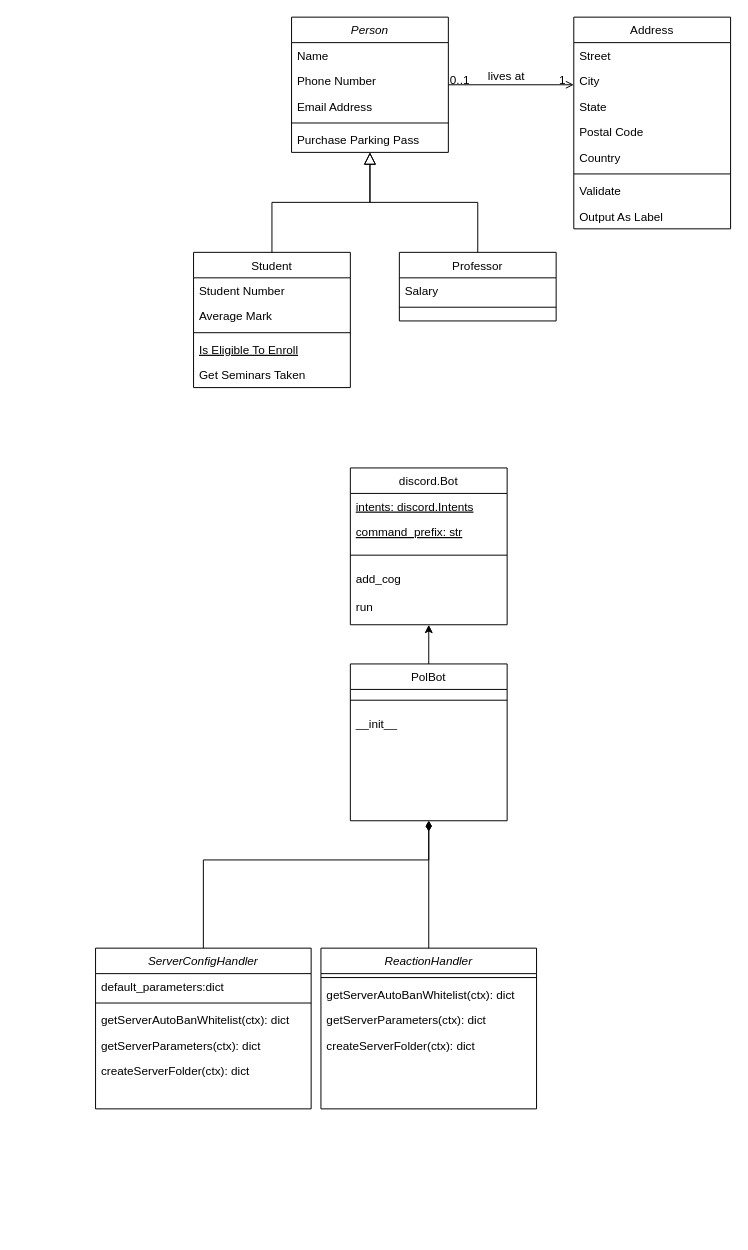
Before: Untitled Diagram.drawio in abdann/polbot, a draw.io diagram. Source tidied: cells renumbered, new cells numbered last; positions are measured from the earlier drawing's top-left corner, leaving out a move shared by most shapes. Both pictures are drawn from the tidied source at 98%, with x=0, y=0 at pixel (95, 17).
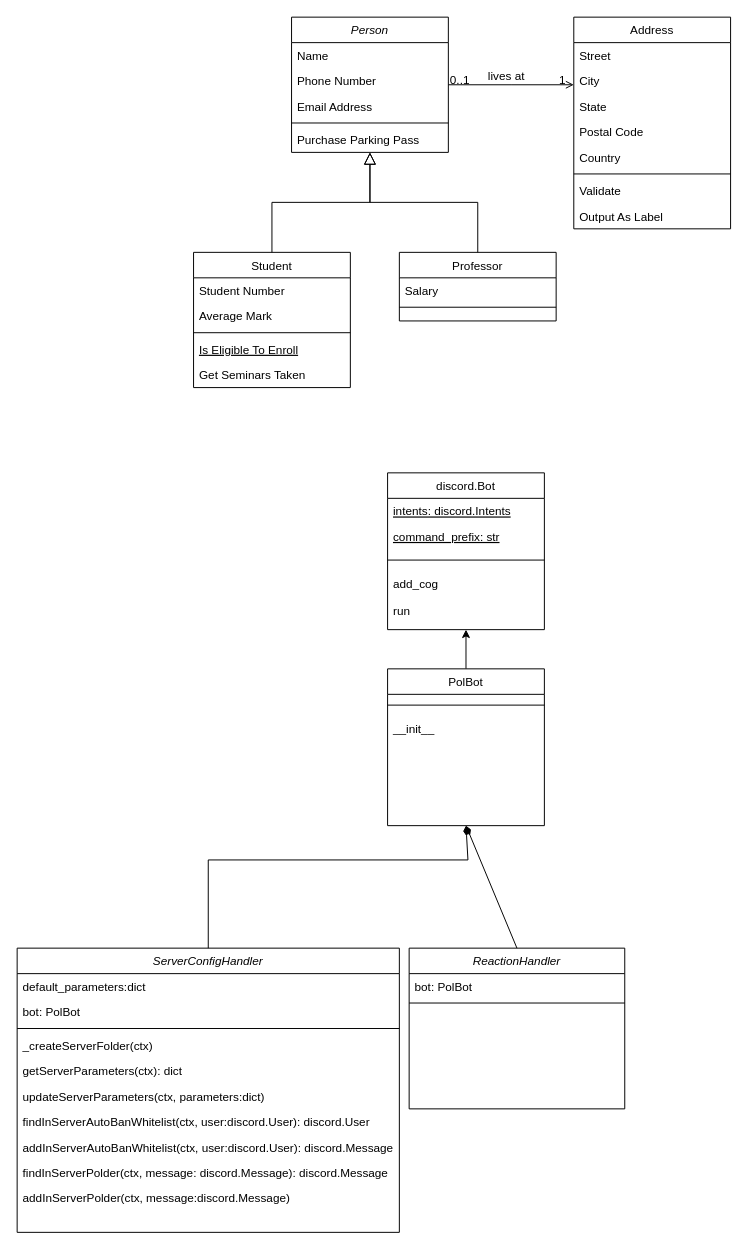
The same diagram, later.

Change to the diagram source:
```diff
@@
     <mxCell id="32" value="ServerConfigHandler" style="swimlane;fontStyle=2;align=center;verticalAlign=top;horizontal=1;startSize=26;rounded=0;shadow=0;strokeWidth=1;" parent="1" vertex="1">
-      <mxGeometry y="950" width="220" height="164" as="geometry" />
+      <mxGeometry x="-80" y="950" width="390" height="290" as="geometry" />
     </mxCell>
     <mxCell id="33" value="default_parameters:dict" style="text;align=left;verticalAlign=top;spacingLeft=4;spacingRight=4;overflow=hidden;rounded=0;shadow=0;html=0;" parent="32" vertex="1">
-      <mxGeometry y="26" width="220" height="26" as="geometry" />
+      <mxGeometry y="26" width="390" height="26" as="geometry" />
     </mxCell>
+    <mxCell id="55" value="bot: PolBot" style="text;align=left;verticalAlign=top;spacingLeft=4;spacingRight=4;overflow=hidden;rounded=0;shadow=0;html=0;" parent="32" vertex="1">
+      <mxGeometry y="52" width="390" height="26" as="geometry" />
+    </mxCell>
     <mxCell id="34" style="line;html=1;strokeWidth=1;align=left;verticalAlign=middle;spacingTop=-1;spacingLeft=3;spacingRight=3;labelPosition=right;" parent="32" vertex="1">
-      <mxGeometry y="52" width="220" height="8" as="geometry" />
+      <mxGeometry y="78" width="390" height="8" as="geometry" />
     </mxCell>
+    <mxCell id="37" value="_createServerFolder(ctx)" style="text;align=left;verticalAlign=top;spacingLeft=4;spacingRight=4;overflow=hidden;" parent="32" vertex="1">
+      <mxGeometry y="86" width="390" height="26" as="geometry" />
+    </mxCell>
+    <mxCell id="36" value="getServerParameters(ctx): dict" style="text;align=left;verticalAlign=top;spacingLeft=4;spacingRight=4;overflow=hidden;" parent="32" vertex="1">
+      <mxGeometry y="112" width="390" height="26" as="geometry" />
+    </mxCell>
+    <mxCell id="56" value="updateServerParameters(ctx, parameters:dict)" style="text;align=left;verticalAlign=top;spacingLeft=4;spacingRight=4;overflow=hidden;" parent="32" vertex="1">
+      <mxGeometry y="138" width="390" height="26" as="geometry" />
+    </mxCell>
-    <mxCell id="35" value="getServerAutoBanWhitelist(ctx): dict" style="text;align=left;verticalAlign=top;spacingLeft=4;spacingRight=4;overflow=hidden;" parent="32" vertex="1">
-      <mxGeometry y="60" width="220" height="26" as="geometry" />
+    <mxCell id="35" value="findInServerAutoBanWhitelist(ctx, user:discord.User): discord.User" style="text;align=left;verticalAlign=top;spacingLeft=4;spacingRight=4;overflow=hidden;" parent="32" vertex="1">
+      <mxGeometry y="164" width="390" height="26" as="geometry" />
     </mxCell>
-    <mxCell id="36" value="getServerParameters(ctx): dict" style="text;align=left;verticalAlign=top;spacingLeft=4;spacingRight=4;overflow=hidden;" parent="32" vertex="1">
-      <mxGeometry y="86" width="220" height="26" as="geometry" />
-    </mxCell>
-    <mxCell id="37" value="createServerFolder(ctx): dict" style="text;align=left;verticalAlign=top;spacingLeft=4;spacingRight=4;overflow=hidden;" parent="32" vertex="1">
-      <mxGeometry y="112" width="220" height="26" as="geometry" />
-    </mxCell>
+    <mxCell id="57" value="addInServerAutoBanWhitelist(ctx, user:discord.User): discord.Message" style="text;align=left;verticalAlign=top;spacingLeft=4;spacingRight=4;overflow=hidden;" parent="32" vertex="1">
+      <mxGeometry y="190" width="390" height="26" as="geometry" />
+    </mxCell>
+    <mxCell id="58" value="findInServerPolder(ctx, message: discord.Message): discord.Message" style="text;align=left;verticalAlign=top;spacingLeft=4;spacingRight=4;overflow=hidden;" parent="32" vertex="1">
+      <mxGeometry y="216" width="390" height="26" as="geometry" />
+    </mxCell>
+    <mxCell id="59" value="addInServerPolder(ctx, message:discord.Message)" style="text;align=left;verticalAlign=top;spacingLeft=4;spacingRight=4;overflow=hidden;" parent="32" vertex="1">
+      <mxGeometry y="242" width="390" height="26" as="geometry" />
+    </mxCell>
     <mxCell id="38" style="endArrow=none;startArrow=diamondThin;endFill=0;startFill=1;html=1;verticalAlign=bottom;labelBackgroundColor=none;strokeWidth=1;startSize=8;endSize=8;rounded=0;entryX=0.5;entryY=0;entryDx=0;entryDy=0;exitX=0.5;exitY=1;exitDx=0;exitDy=0;" parent="1" edge="1" source="46" target="32">
       <mxGeometry relative="1" as="geometry">
         <Array as="points">
-          <mxPoint x="340" y="860" />
-          <mxPoint x="110" y="860" />
+          <mxPoint x="380" y="860" />
+          <mxPoint x="115" y="860" />
         </Array>
       </mxGeometry>
     </mxCell>
     <mxCell id="39" value="discord.Bot" style="swimlane;fontStyle=0;align=center;verticalAlign=top;horizontal=1;startSize=26;rounded=0;shadow=0;strokeWidth=1;" parent="1" vertex="1">
-      <mxGeometry x="260" y="460" width="160" height="160" as="geometry" />
+      <mxGeometry x="298" y="465" width="160" height="160" as="geometry" />
     </mxCell>
@@
     <mxCell id="46" value="PolBot" style="swimlane;fontStyle=0;align=center;verticalAlign=top;horizontal=1;startSize=26;rounded=0;shadow=0;strokeWidth=1;" parent="1" vertex="1">
-      <mxGeometry x="260" y="660" width="160" height="160" as="geometry" />
+      <mxGeometry x="298" y="665" width="160" height="160" as="geometry" />
     </mxCell>
@@
     <mxCell id="49" value="ReactionHandler" style="swimlane;fontStyle=2;align=center;verticalAlign=top;horizontal=1;startSize=26;rounded=0;shadow=0;strokeWidth=1;" parent="1" vertex="1">
-      <mxGeometry x="230" y="950" width="220" height="164" as="geometry" />
+      <mxGeometry x="320" y="950" width="220" height="164" as="geometry" />
     </mxCell>
+    <mxCell id="60" value="bot: PolBot" style="text;align=left;verticalAlign=top;spacingLeft=4;spacingRight=4;overflow=hidden;rounded=0;shadow=0;html=0;" parent="49" vertex="1">
+      <mxGeometry y="26" width="220" height="26" as="geometry" />
+    </mxCell>
     <mxCell id="50" style="line;html=1;strokeWidth=1;align=left;verticalAlign=middle;spacingTop=-1;spacingLeft=3;spacingRight=3;labelPosition=right;" parent="49" vertex="1">
-      <mxGeometry y="26" width="220" height="8" as="geometry" />
+      <mxGeometry y="52" width="220" height="8" as="geometry" />
     </mxCell>
-    <mxCell id="51" value="getServerAutoBanWhitelist(ctx): dict" style="text;align=left;verticalAlign=top;spacingLeft=4;spacingRight=4;overflow=hidden;" parent="49" vertex="1">
-      <mxGeometry y="34" width="220" height="26" as="geometry" />
-    </mxCell>
-    <mxCell id="52" value="getServerParameters(ctx): dict" style="text;align=left;verticalAlign=top;spacingLeft=4;spacingRight=4;overflow=hidden;" parent="49" vertex="1">
-      <mxGeometry y="60" width="220" height="26" as="geometry" />
-    </mxCell>
-    <mxCell id="53" value="createServerFolder(ctx): dict" style="text;align=left;verticalAlign=top;spacingLeft=4;spacingRight=4;overflow=hidden;" parent="49" vertex="1">
-      <mxGeometry y="86" width="220" height="26" as="geometry" />
-    </mxCell>
```
